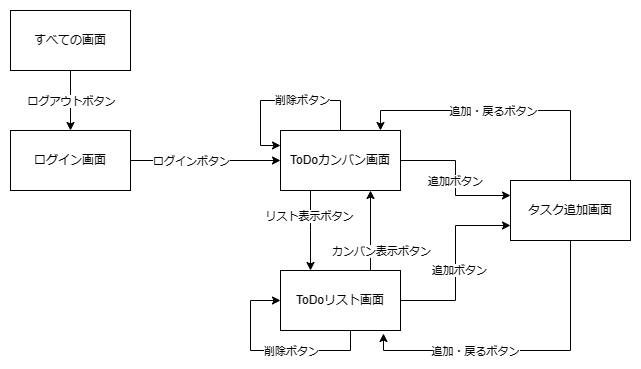
Before: spec/0000_画面遷移/画面遷移図.png, a diagram exported from draw.io (sh1Nome/me-to-do). Source tidied: cells renumbered, new cells last; positions are measured from the earlier drawing's top-left corner, leaving out a move shared by most shapes.
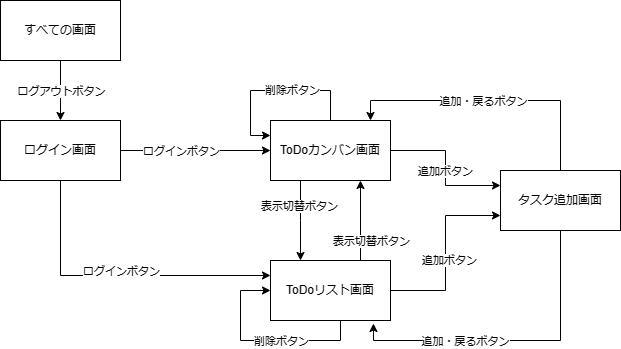
After the change.

Diff of the diagram source:
```diff
@@ -5,22 +5,34 @@
     <mxCell id="2" style="edgeStyle=orthogonalEdgeStyle;rounded=0;jettySize=auto;html=1;entryX=0;entryY=0.5;entryDx=0;entryDy=0;" parent="1" edge="1" source="4" target="9">
       <mxGeometry relative="1" as="geometry" />
     </mxCell>
-    <mxCell id="3" value="ログインボタン" style="edgeLabel;html=1;align=center;verticalAlign=middle;" parent="2" vertex="1">
-      <mxGeometry x="-0.36" y="1" relative="1" as="geometry">
-        <mxPoint x="12" y="1" as="offset" />
-      </mxGeometry>
-    </mxCell>
+    <mxCell id="27" value="ログインボタン" style="edgeLabel;html=1;align=center;verticalAlign=middle;" parent="2" vertex="1">
+      <mxGeometry x="-0.36" y="1" relative="1" as="geometry">
+        <mxPoint x="12" y="1" as="offset" />
+      </mxGeometry>
+    </mxCell>
+    <mxCell id="28" style="edgeStyle=orthogonalEdgeStyle;rounded=0;jettySize=auto;html=1;entryX=0;entryY=0.25;entryDx=0;entryDy=0;" parent="1" edge="1" source="4" target="20">
+      <mxGeometry relative="1" as="geometry">
+        <Array as="points">
+          <mxPoint x="60" y="275" />
+        </Array>
+      </mxGeometry>
+    </mxCell>
+    <mxCell id="29" value="ログインボタン" style="edgeLabel;html=1;align=center;verticalAlign=middle;" parent="28" vertex="1">
+      <mxGeometry x="-0.08" y="-5" relative="1" as="geometry">
+        <mxPoint x="14" y="-10" as="offset" />
+      </mxGeometry>
+    </mxCell>
     <mxCell id="4" value="ログイン画面" style="rounded=0;whiteSpace=wrap;html=1;" parent="1" vertex="1">
       <mxGeometry y="120" width="120" height="60" as="geometry" />
     </mxCell>
     <mxCell id="5" style="edgeStyle=orthogonalEdgeStyle;rounded=0;jettySize=auto;html=1;entryX=0;entryY=0.25;entryDx=0;entryDy=0;" parent="1" edge="1" source="9" target="12">
       <mxGeometry relative="1" as="geometry" />
     </mxCell>
-    <mxCell id="6" value="追加ボタン" style="edgeLabel;html=1;align=center;verticalAlign=middle;" parent="5" vertex="1">
-      <mxGeometry x="-0.19" y="1" relative="1" as="geometry">
-        <mxPoint x="-2" y="16" as="offset" />
-      </mxGeometry>
-    </mxCell>
+    <mxCell id="30" value="追加ボタン" style="edgeLabel;html=1;align=center;verticalAlign=middle;" parent="5" vertex="1">
+      <mxGeometry x="-0.19" y="1" relative="1" as="geometry">
+        <mxPoint x="-2" y="16" as="offset" />
+      </mxGeometry>
+    </mxCell>
     <mxCell id="7" style="edgeStyle=orthogonalEdgeStyle;rounded=0;jettySize=auto;html=1;" parent="1" edge="1" source="9" target="20">
       <mxGeometry relative="1" as="geometry">
         <Array as="points">
@@ -29,25 +41,25 @@
         </Array>
       </mxGeometry>
     </mxCell>
-    <mxCell id="8" value="リスト表示ボタン" style="edgeLabel;html=1;align=center;verticalAlign=middle;" parent="7" vertex="1">
-      <mxGeometry x="-0.38" y="-2" relative="1" as="geometry" />
-    </mxCell>
+    <mxCell id="31" value="表示切替ボタン" style="edgeLabel;html=1;align=center;verticalAlign=middle;" parent="7" vertex="1">
+      <mxGeometry x="-0.38" y="-2" relative="1" as="geometry" />
+    </mxCell>
     <mxCell id="9" value="ToDoカンバン画面" style="rounded=0;whiteSpace=wrap;html=1;" parent="1" vertex="1">
       <mxGeometry x="270" y="120" width="120" height="60" as="geometry" />
     </mxCell>
-    <mxCell id="10" style="edgeStyle=orthogonalEdgeStyle;rounded=0;jettySize=auto;html=1;" parent="1" edge="1" source="12">
-      <mxGeometry relative="1" as="geometry">
-        <mxPoint x="370" y="120" as="targetPoint" />
-        <Array as="points">
-          <mxPoint x="560" y="100" />
-          <mxPoint x="370" y="100" />
-          <mxPoint x="370" y="120" />
-        </Array>
-      </mxGeometry>
-    </mxCell>
-    <mxCell id="11" value="追加・戻るボタン" style="edgeLabel;html=1;align=center;verticalAlign=middle;" parent="10" vertex="1">
-      <mxGeometry x="0.06" relative="1" as="geometry" />
-    </mxCell>
+    <mxCell id="32" style="edgeStyle=orthogonalEdgeStyle;rounded=0;jettySize=auto;html=1;" parent="1" edge="1" source="12">
+      <mxGeometry relative="1" as="geometry">
+        <mxPoint x="370" y="120" as="targetPoint" />
+        <Array as="points">
+          <mxPoint x="560" y="100" />
+          <mxPoint x="370" y="100" />
+          <mxPoint x="370" y="120" />
+        </Array>
+      </mxGeometry>
+    </mxCell>
+    <mxCell id="33" value="追加・戻るボタン" style="edgeLabel;html=1;align=center;verticalAlign=middle;" parent="32" vertex="1">
+      <mxGeometry x="0.06" relative="1" as="geometry" />
+    </mxCell>
     <mxCell id="12" value="タスク追加画面" style="rounded=0;whiteSpace=wrap;html=1;" parent="1" vertex="1">
       <mxGeometry x="500" y="170" width="120" height="60" as="geometry" />
     </mxCell>
@@ -62,25 +74,25 @@
     <mxCell id="15" value="すべての画面" style="rounded=0;whiteSpace=wrap;html=1;" parent="1" vertex="1">
       <mxGeometry width="120" height="60" as="geometry" />
     </mxCell>
-    <mxCell id="16" style="edgeStyle=orthogonalEdgeStyle;rounded=0;jettySize=auto;html=1;" parent="1" edge="1" source="20">
-      <mxGeometry relative="1" as="geometry">
-        <mxPoint x="360" y="180" as="targetPoint" />
-        <Array as="points">
-          <mxPoint x="360" y="180" />
-        </Array>
-      </mxGeometry>
-    </mxCell>
-    <mxCell id="17" value="カンバン表示ボタン" style="edgeLabel;html=1;align=center;verticalAlign=middle;" parent="16" vertex="1">
-      <mxGeometry x="-0.12" y="3" relative="1" as="geometry">
-        <mxPoint x="13" y="15" as="offset" />
-      </mxGeometry>
-    </mxCell>
+    <mxCell id="34" style="edgeStyle=orthogonalEdgeStyle;rounded=0;jettySize=auto;html=1;" parent="1" edge="1" source="20">
+      <mxGeometry relative="1" as="geometry">
+        <mxPoint x="360" y="180" as="targetPoint" />
+        <Array as="points">
+          <mxPoint x="360" y="180" />
+        </Array>
+      </mxGeometry>
+    </mxCell>
+    <mxCell id="35" value="表示切替ボタン" style="edgeLabel;html=1;align=center;verticalAlign=middle;" parent="34" vertex="1">
+      <mxGeometry x="-0.12" y="3" relative="1" as="geometry">
+        <mxPoint x="13" y="15" as="offset" />
+      </mxGeometry>
+    </mxCell>
     <mxCell id="18" style="edgeStyle=orthogonalEdgeStyle;rounded=0;jettySize=auto;html=1;entryX=0;entryY=0.75;entryDx=0;entryDy=0;" parent="1" edge="1" source="20" target="12">
       <mxGeometry relative="1" as="geometry" />
     </mxCell>
-    <mxCell id="19" value="追加ボタン" style="edgeLabel;html=1;align=center;verticalAlign=middle;" parent="18" vertex="1">
-      <mxGeometry x="-0.07" y="-3" relative="1" as="geometry" />
-    </mxCell>
+    <mxCell id="36" value="追加ボタン" style="edgeLabel;html=1;align=center;verticalAlign=middle;" parent="18" vertex="1">
+      <mxGeometry x="-0.07" y="-3" relative="1" as="geometry" />
+    </mxCell>
     <mxCell id="20" value="ToDoリスト画面" style="rounded=0;whiteSpace=wrap;html=1;" parent="1" vertex="1">
       <mxGeometry x="270" y="260" width="120" height="60" as="geometry" />
     </mxCell>
@@ -92,26 +104,26 @@
         </Array>
       </mxGeometry>
     </mxCell>
-    <mxCell id="22" value="追加・戻るボタン" style="edgeLabel;html=1;align=center;verticalAlign=middle;" parent="21" vertex="1">
-      <mxGeometry x="0.31" y="-3" relative="1" as="geometry">
-        <mxPoint y="3" as="offset" />
-      </mxGeometry>
-    </mxCell>
-    <mxCell id="23" style="edgeStyle=orthogonalEdgeStyle;rounded=0;jettySize=auto;html=1;entryX=0;entryY=0.5;entryDx=0;entryDy=0;" parent="1" edge="1" target="20">
-      <mxGeometry relative="1" as="geometry">
-        <mxPoint x="340" y="320" as="sourcePoint" />
-        <Array as="points">
-          <mxPoint x="340" y="340" />
-          <mxPoint x="240" y="340" />
-          <mxPoint x="240" y="290" />
-        </Array>
-      </mxGeometry>
-    </mxCell>
-    <mxCell id="24" value="削除ボタン" style="edgeLabel;html=1;align=center;verticalAlign=middle;" parent="23" vertex="1">
-      <mxGeometry x="0.33" y="-1" relative="1" as="geometry">
-        <mxPoint x="39" y="13" as="offset" />
-      </mxGeometry>
-    </mxCell>
+    <mxCell id="37" value="追加・戻るボタン" style="edgeLabel;html=1;align=center;verticalAlign=middle;" parent="21" vertex="1">
+      <mxGeometry x="0.31" y="-3" relative="1" as="geometry">
+        <mxPoint y="3" as="offset" />
+      </mxGeometry>
+    </mxCell>
+    <mxCell id="38" style="edgeStyle=orthogonalEdgeStyle;rounded=0;jettySize=auto;html=1;entryX=0;entryY=0.5;entryDx=0;entryDy=0;" parent="1" edge="1" target="20">
+      <mxGeometry relative="1" as="geometry">
+        <mxPoint x="340" y="320" as="sourcePoint" />
+        <Array as="points">
+          <mxPoint x="340" y="340" />
+          <mxPoint x="240" y="340" />
+          <mxPoint x="240" y="290" />
+        </Array>
+      </mxGeometry>
+    </mxCell>
+    <mxCell id="39" value="削除ボタン" style="edgeLabel;html=1;align=center;verticalAlign=middle;" parent="38" vertex="1">
+      <mxGeometry x="0.33" y="-1" relative="1" as="geometry">
+        <mxPoint x="39" y="13" as="offset" />
+      </mxGeometry>
+    </mxCell>
     <mxCell id="25" style="edgeStyle=orthogonalEdgeStyle;rounded=0;orthogonalLoop=1;jettySize=auto;html=1;exitX=0.408;exitY=0;exitDx=0;exitDy=0;exitPerimeter=0;entryX=0;entryY=0.25;entryDx=0;entryDy=0;" parent="1" edge="1" source="9" target="9">
       <mxGeometry relative="1" as="geometry">
         <Array as="points">
@@ -122,8 +134,8 @@
         </Array>
       </mxGeometry>
     </mxCell>
-    <mxCell id="26" value="削除ボタン" style="edgeLabel;html=1;align=center;verticalAlign=middle;" parent="25" vertex="1">
-      <mxGeometry x="-0.14" y="-1" relative="1" as="geometry" />
-    </mxCell>
+    <mxCell id="40" value="削除ボタン" style="edgeLabel;html=1;align=center;verticalAlign=middle;" parent="25" vertex="1">
+      <mxGeometry x="-0.14" y="-1" relative="1" as="geometry" />
+    </mxCell>
   </root>
 </mxGraphModel>
```
